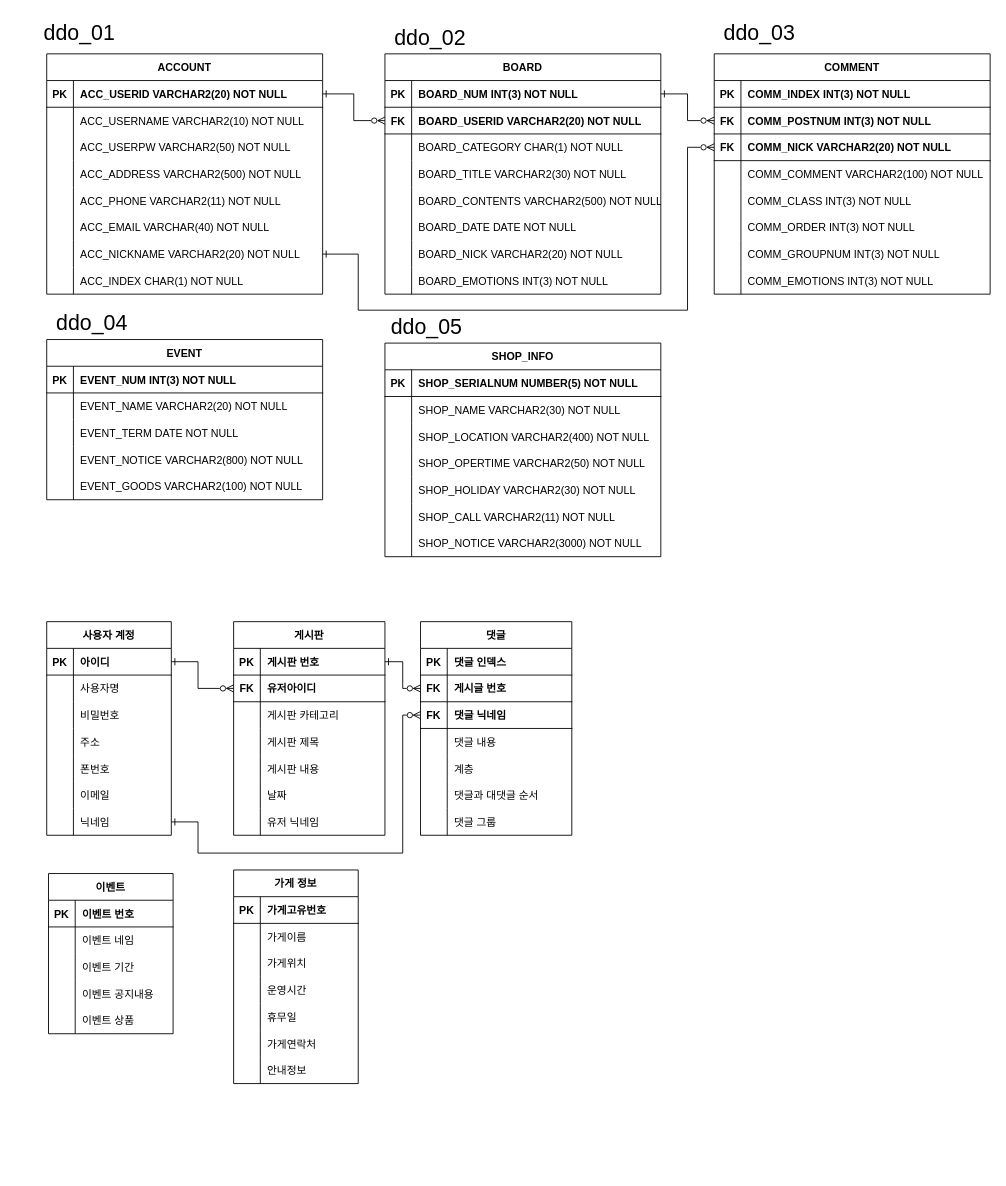
Above: page "ENGLISH" (1 of 2) of ERD_capstone.drawio in jgy2808/TERM_Project (draw.io), before the change. Source tidied: cells renumbered, new cells numbered last; positions are measured from the earlier drawing's top-left corner, leaving out a move shared by most shapes. Both pictures are drawn from the tidied source at 89%, with x=0, y=0 at pixel (34, 16).
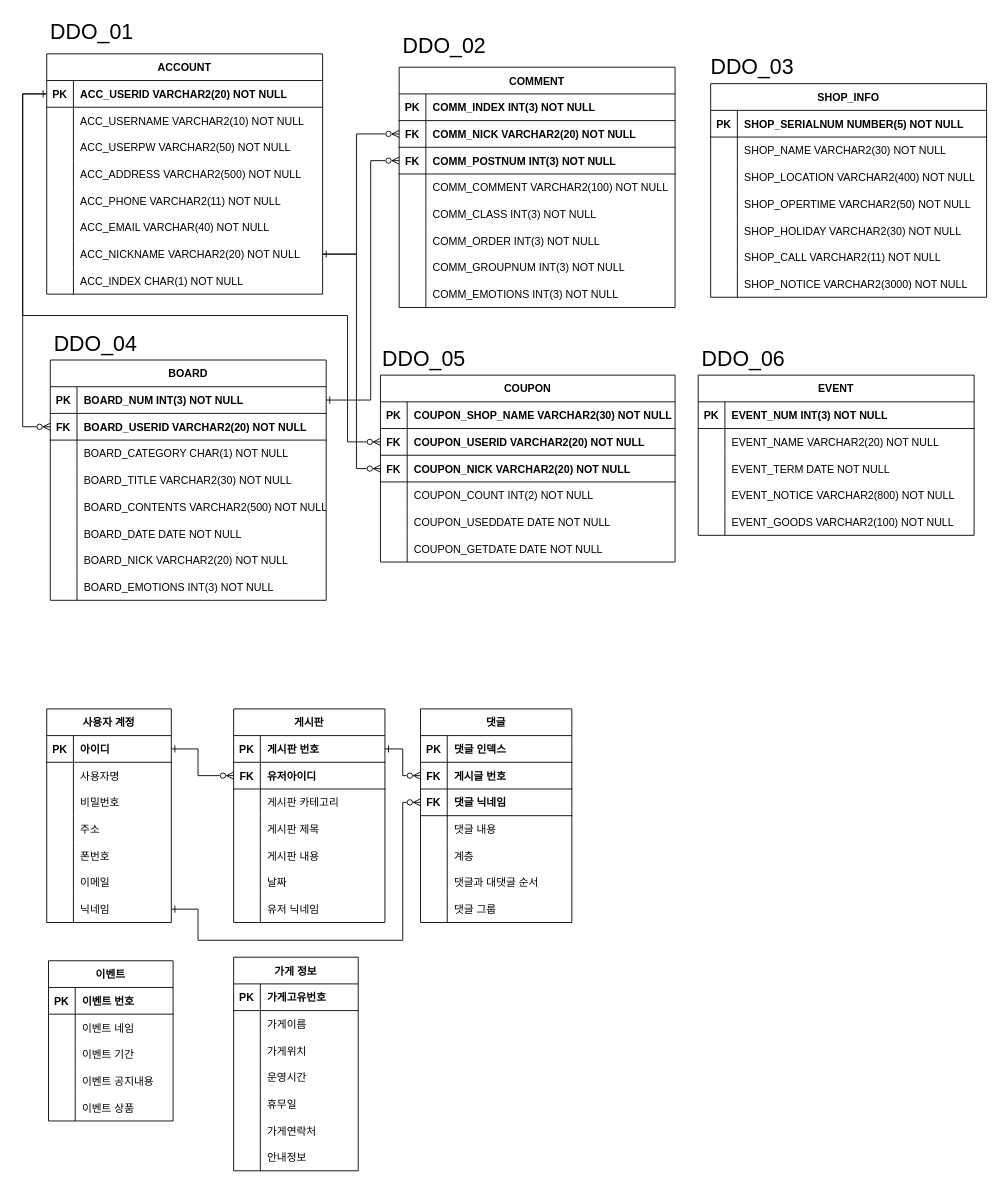
The same diagram, later.

Unchanged cells that the change refers to:
```xml
<mxCell id="3" style="shape=partialRectangle;fillColor=none;points=[[0,0.5],[1,0.5]];portConstraint=eastwest;top=0;left=0;right=0;bottom=1;" parent="2" vertex="1">
  <mxGeometry y="30" width="310" height="30" as="geometry" />
</mxCell>
<mxCell id="21" style="shape=partialRectangle;fillColor=none;points=[[0,0.5],[1,0.5]];portConstraint=eastwest;top=0;left=0;right=0;bottom=0;" parent="2" vertex="1">
  <mxGeometry y="210" width="310" height="30" as="geometry" />
</mxCell>
<mxCell id="28" style="shape=partialRectangle;fillColor=none;points=[[0,0.5],[1,0.5]];portConstraint=eastwest;top=0;left=0;right=0;bottom=1;" parent="27" vertex="1">
  <mxGeometry y="30" width="310" height="30" as="geometry" />
</mxCell>
<mxCell id="31" style="shape=partialRectangle;fillColor=none;points=[[0,0.5],[1,0.5]];portConstraint=eastwest;top=0;left=0;right=0;bottom=1;" parent="27" vertex="1">
  <mxGeometry y="60" width="310" height="30" as="geometry" />
</mxCell>
<mxCell id="79" style="shape=partialRectangle;fillColor=none;points=[[0,0.5],[1,0.5]];portConstraint=eastwest;top=0;left=0;right=0;bottom=1;" parent="75" vertex="1">
  <mxGeometry y="60" width="310" height="30" as="geometry" />
</mxCell>
<mxCell id="82" style="shape=partialRectangle;fillColor=none;points=[[0,0.5],[1,0.5]];portConstraint=eastwest;top=0;left=0;right=0;bottom=1;" parent="75" vertex="1">
  <mxGeometry y="90" width="310" height="30" as="geometry" />
</mxCell>
<mxCell id="102" style="shape=partialRectangle;fillColor=none;points=[[0,0.5],[1,0.5]];portConstraint=eastwest;top=0;left=0;right=0;bottom=1;" parent="101" vertex="1">
  <mxGeometry y="30" width="140" height="30" as="geometry" />
</mxCell>
<mxCell id="120" style="shape=partialRectangle;fillColor=none;points=[[0,0.5],[1,0.5]];portConstraint=eastwest;top=0;left=0;right=0;bottom=0;" parent="101" vertex="1">
  <mxGeometry y="210" width="140" height="30" as="geometry" />
</mxCell>
<mxCell id="127" style="shape=partialRectangle;fillColor=none;points=[[0,0.5],[1,0.5]];portConstraint=eastwest;top=0;left=0;right=0;bottom=1;" parent="123" vertex="1">
  <mxGeometry y="60" width="170" height="30" as="geometry" />
</mxCell>
<mxCell id="175" style="shape=partialRectangle;fillColor=none;points=[[0,0.5],[1,0.5]];portConstraint=eastwest;top=0;left=0;right=0;bottom=1;" parent="168" vertex="1">
  <mxGeometry y="90" width="170" height="30" as="geometry" />
</mxCell>
```

Diff of the diagram source:
```diff
@@
     <mxCell id="27" value="BOARD" style="shape=table;startSize=30;childLayout=tableLayout;rowLines=0;fontStyle=1;align=center;" parent="1" vertex="1">
-      <mxGeometry x="394" y="42" width="310" height="270" as="geometry" />
+      <mxGeometry x="18" y="386" width="310" height="270" as="geometry" />
     </mxCell>
@@
     <mxCell id="52" value="SHOP_INFO" style="shape=table;startSize=30;childLayout=tableLayout;rowLines=0;fontStyle=1;align=center;" parent="1" vertex="1">
-      <mxGeometry x="394" y="367" width="310" height="240" as="geometry" />
+      <mxGeometry x="760" y="75.5" width="310" height="240" as="geometry" />
     </mxCell>
@@
-    <mxCell id="74" style="edgeStyle=orthogonalEdgeStyle;rounded=0;jettySize=auto;html=1;exitX=1;exitY=0.5;exitDx=0;exitDy=0;entryX=0;entryY=0.5;entryDx=0;entryDy=0;endArrow=ERzeroToMany;endFill=0;startArrow=ERone;startFill=0;" parent="1" edge="1" source="3" target="31">
-      <mxGeometry relative="1" as="geometry" />
+    <mxCell id="74" style="edgeStyle=orthogonalEdgeStyle;rounded=0;jettySize=auto;html=1;exitX=0;exitY=0.5;exitDx=0;exitDy=0;entryX=0;entryY=0.5;entryDx=0;entryDy=0;endArrow=ERzeroToMany;endFill=0;startArrow=ERone;startFill=0;" parent="1" edge="1" source="3" target="31">
+      <mxGeometry relative="1" as="geometry">
+        <Array as="points">
+          <mxPoint x="-13" y="87" />
+          <mxPoint x="-13" y="461" />
+        </Array>
+      </mxGeometry>
     </mxCell>
     <mxCell id="75" value="COMMENT" style="shape=table;startSize=30;childLayout=tableLayout;rowLines=0;fontStyle=1;align=center;" parent="1" vertex="1">
-      <mxGeometry x="764" y="42" width="310" height="270" as="geometry" />
+      <mxGeometry x="410" y="57" width="310" height="270" as="geometry" />
     </mxCell>
@@
-    <mxCell id="81" value="COMM_POSTNUM INT(3) NOT NULL" style="shape=partialRectangle;overflow=hidden;fillColor=none;top=0;left=0;bottom=0;right=0;align=left;spacingLeft=6;fontStyle=1;" parent="79" vertex="1">
+    <mxCell id="81" value="COMM_NICK VARCHAR2(20) NOT NULL" style="shape=partialRectangle;overflow=hidden;fillColor=none;top=0;left=0;bottom=0;right=0;align=left;spacingLeft=6;fontStyle=1;" parent="79" vertex="1">
       <mxGeometry x="30" width="280" height="30" as="geometry" />
     </mxCell>
@@
-    <mxCell id="84" value="COMM_NICK VARCHAR2(20) NOT NULL" style="shape=partialRectangle;overflow=hidden;fillColor=none;top=0;left=0;bottom=0;right=0;align=left;spacingLeft=6;fontStyle=1;" parent="82" vertex="1">
+    <mxCell id="84" value="COMM_POSTNUM INT(3) NOT NULL" style="shape=partialRectangle;overflow=hidden;fillColor=none;top=0;left=0;bottom=0;right=0;align=left;spacingLeft=6;fontStyle=1;" parent="82" vertex="1">
       <mxGeometry x="30" width="280" height="30" as="geometry" />
     </mxCell>
@@
-    <mxCell id="100" style="edgeStyle=orthogonalEdgeStyle;rounded=0;jettySize=auto;html=1;exitX=1;exitY=0.5;exitDx=0;exitDy=0;entryX=0;entryY=0.5;entryDx=0;entryDy=0;endArrow=ERzeroToMany;endFill=0;startArrow=ERone;startFill=0;" parent="1" edge="1" source="21" target="82">
+    <mxCell id="100" style="edgeStyle=orthogonalEdgeStyle;rounded=0;jettySize=auto;html=1;exitX=1;exitY=0.5;exitDx=0;exitDy=0;entryX=0;entryY=0.5;entryDx=0;entryDy=0;endArrow=ERzeroToMany;endFill=0;startArrow=ERone;startFill=0;" parent="1" edge="1" source="21" target="79">
       <mxGeometry relative="1" as="geometry">
         <Array as="points">
-          <mxPoint x="364" y="267" />
-          <mxPoint x="364" y="330" />
-          <mxPoint x="734" y="330" />
-          <mxPoint x="734" y="147" />
+          <mxPoint x="362" y="267" />
+          <mxPoint x="362" y="132" />
         </Array>
       </mxGeometry>
     </mxCell>
     <mxCell id="101" value="사용자 계정" style="shape=table;startSize=30;childLayout=tableLayout;rowLines=0;fontStyle=1;align=center;" parent="1" vertex="1">
-      <mxGeometry x="14" y="680" width="140" height="240" as="geometry" />
+      <mxGeometry x="14" y="778" width="140" height="240" as="geometry" />
     </mxCell>
@@
     <mxCell id="123" value="게시판" style="shape=table;startSize=30;childLayout=tableLayout;rowLines=0;fontStyle=1;align=center;" parent="1" vertex="1">
-      <mxGeometry x="224" y="680" width="170" height="240" as="geometry" />
+      <mxGeometry x="224" y="778" width="170" height="240" as="geometry" />
     </mxCell>
@@
     <mxCell id="145" value="가게 정보" style="shape=table;startSize=30;childLayout=tableLayout;rowLines=0;fontStyle=1;align=center;" parent="1" vertex="1">
-      <mxGeometry x="224" y="959" width="140" height="240" as="geometry" />
+      <mxGeometry x="224" y="1057" width="140" height="240" as="geometry" />
     </mxCell>
@@
     <mxCell id="167" style="edgeStyle=orthogonalEdgeStyle;rounded=0;jettySize=auto;html=1;exitX=1;exitY=0.5;exitDx=0;exitDy=0;entryX=0;entryY=0.5;entryDx=0;entryDy=0;endArrow=ERzeroToMany;endFill=0;startArrow=ERone;startFill=0;" parent="1" edge="1" source="102" target="127">
       <mxGeometry relative="1" as="geometry">
         <Array as="points">
-          <mxPoint x="184" y="725" />
-          <mxPoint x="184" y="755" />
+          <mxPoint x="184" y="823" />
+          <mxPoint x="184" y="853" />
         </Array>
       </mxGeometry>
     </mxCell>
     <mxCell id="168" value="댓글" style="shape=table;startSize=30;childLayout=tableLayout;rowLines=0;fontStyle=1;align=center;" parent="1" vertex="1">
-      <mxGeometry x="434" y="680" width="170" height="240" as="geometry" />
+      <mxGeometry x="434" y="778" width="170" height="240" as="geometry" />
     </mxCell>
@@
     <mxCell id="190" style="edgeStyle=orthogonalEdgeStyle;rounded=0;jettySize=auto;html=1;exitX=1;exitY=0.5;exitDx=0;exitDy=0;endArrow=ERzeroToMany;endFill=0;startArrow=ERone;startFill=0;entryX=0;entryY=0.5;entryDx=0;entryDy=0;" parent="1" edge="1" source="120" target="175">
       <mxGeometry relative="1" as="geometry">
         <Array as="points">
-          <mxPoint x="184" y="905" />
-          <mxPoint x="184" y="940" />
-          <mxPoint x="414" y="940" />
-          <mxPoint x="414" y="785" />
+          <mxPoint x="184" y="1003" />
+          <mxPoint x="184" y="1038" />
+          <mxPoint x="414" y="1038" />
+          <mxPoint x="414" y="883" />
         </Array>
       </mxGeometry>
     </mxCell>
-    <mxCell id="191" style="edgeStyle=orthogonalEdgeStyle;rounded=0;jettySize=auto;html=1;startArrow=ERone;startFill=0;endArrow=ERzeroToMany;endFill=0;" parent="1" edge="1" source="28" target="79">
-      <mxGeometry relative="1" as="geometry" />
+    <mxCell id="191" style="edgeStyle=orthogonalEdgeStyle;rounded=0;jettySize=auto;html=1;startArrow=ERone;startFill=0;endArrow=ERzeroToMany;endFill=0;entryX=0;entryY=0.5;entryDx=0;entryDy=0;" parent="1" edge="1" source="28" target="82">
+      <mxGeometry relative="1" as="geometry">
+        <Array as="points">
+          <mxPoint x="378" y="431" />
+          <mxPoint x="378" y="162" />
+        </Array>
+      </mxGeometry>
     </mxCell>
@@
     <mxCell id="193" value="EVENT" style="shape=table;startSize=30;childLayout=tableLayout;rowLines=0;fontStyle=1;align=center;" parent="1" vertex="1">
-      <mxGeometry x="14" y="363" width="310" height="180" as="geometry" />
+      <mxGeometry x="746" y="403" width="310" height="180" as="geometry" />
     </mxCell>
@@
     <mxCell id="209" value="이벤트" style="shape=table;startSize=30;childLayout=tableLayout;rowLines=0;fontStyle=1;align=center;" parent="1" vertex="1">
-      <mxGeometry x="16" y="963" width="140" height="180" as="geometry" />
+      <mxGeometry x="16" y="1061" width="140" height="180" as="geometry" />
     </mxCell>
@@
-    <mxCell id="225" value="&lt;font style=&quot;font-size: 24px&quot;&gt;ddo_01&lt;/font&gt;" style="text;html=1;strokeColor=none;fillColor=none;align=center;verticalAlign=middle;whiteSpace=wrap;rounded=0;" parent="1" vertex="1">
-      <mxGeometry width="102" height="37" as="geometry" />
+    <mxCell id="225" value="&lt;font style=&quot;font-size: 24px&quot;&gt;DDO_01&lt;/font&gt;" style="text;html=1;strokeColor=none;fillColor=none;align=center;verticalAlign=middle;whiteSpace=wrap;rounded=0;" parent="1" vertex="1">
+      <mxGeometry x="14" y="-1" width="102" height="37" as="geometry" />
     </mxCell>
-    <mxCell id="226" value="&lt;font style=&quot;font-size: 24px&quot;&gt;ddo_02&lt;/font&gt;" style="text;html=1;strokeColor=none;fillColor=none;align=center;verticalAlign=middle;whiteSpace=wrap;rounded=0;" parent="1" vertex="1">
-      <mxGeometry x="394" y="5" width="102" height="37" as="geometry" />
+    <mxCell id="226" value="&lt;font style=&quot;font-size: 24px&quot;&gt;DDO_04&lt;/font&gt;" style="text;html=1;strokeColor=none;fillColor=none;align=center;verticalAlign=middle;whiteSpace=wrap;rounded=0;" parent="1" vertex="1">
+      <mxGeometry x="18" y="349" width="102" height="37" as="geometry" />
     </mxCell>
-    <mxCell id="227" value="&lt;font style=&quot;font-size: 24px&quot;&gt;ddo_03&lt;/font&gt;" style="text;html=1;strokeColor=none;fillColor=none;align=center;verticalAlign=middle;whiteSpace=wrap;rounded=0;" parent="1" vertex="1">
-      <mxGeometry x="764" width="102" height="37" as="geometry" />
+    <mxCell id="227" value="&lt;font style=&quot;font-size: 24px&quot;&gt;DDO_02&lt;/font&gt;" style="text;html=1;strokeColor=none;fillColor=none;align=center;verticalAlign=middle;whiteSpace=wrap;rounded=0;" parent="1" vertex="1">
+      <mxGeometry x="410" y="14" width="102" height="37" as="geometry" />
     </mxCell>
-    <mxCell id="228" value="&lt;font style=&quot;font-size: 24px&quot;&gt;ddo_04&lt;/font&gt;" style="text;html=1;strokeColor=none;fillColor=none;align=center;verticalAlign=middle;whiteSpace=wrap;rounded=0;" parent="1" vertex="1">
-      <mxGeometry x="14" y="326" width="102" height="37" as="geometry" />
+    <mxCell id="228" value="&lt;font style=&quot;font-size: 24px&quot;&gt;DDO_06&lt;/font&gt;" style="text;html=1;strokeColor=none;fillColor=none;align=center;verticalAlign=middle;whiteSpace=wrap;rounded=0;" parent="1" vertex="1">
+      <mxGeometry x="746" y="366" width="102" height="37" as="geometry" />
     </mxCell>
-    <mxCell id="229" value="&lt;font style=&quot;font-size: 24px&quot;&gt;ddo_05&lt;/font&gt;" style="text;html=1;strokeColor=none;fillColor=none;align=center;verticalAlign=middle;whiteSpace=wrap;rounded=0;" parent="1" vertex="1">
-      <mxGeometry x="390" y="330" width="102" height="37" as="geometry" />
+    <mxCell id="229" value="&lt;font style=&quot;font-size: 24px&quot;&gt;DDO_03&lt;/font&gt;" style="text;html=1;strokeColor=none;fillColor=none;align=center;verticalAlign=middle;whiteSpace=wrap;rounded=0;" parent="1" vertex="1">
+      <mxGeometry x="756" y="38.5" width="102" height="37" as="geometry" />
     </mxCell>
+    <mxCell id="230" value="COUPON" style="shape=table;startSize=30;childLayout=tableLayout;rowLines=0;fontStyle=1;align=center;" parent="1" vertex="1">
+      <mxGeometry x="389" y="403" width="331" height="210" as="geometry" />
+    </mxCell>
+    <mxCell id="231" style="shape=partialRectangle;fillColor=none;top=0;left=0;right=0;bottom=1;" parent="230" vertex="1">
+      <mxGeometry y="30" width="331" height="30" as="geometry" />
+    </mxCell>
+    <mxCell id="232" value="PK" style="shape=partialRectangle;overflow=hidden;fillColor=none;top=0;left=0;bottom=0;right=0;fontStyle=1;" parent="231" vertex="1">
+      <mxGeometry width="30" height="30" as="geometry" />
+    </mxCell>
+    <mxCell id="233" value="COUPON_SHOP_NAME VARCHAR2(30) NOT NULL" style="shape=partialRectangle;overflow=hidden;fillColor=none;top=0;left=0;bottom=0;right=0;align=left;spacingLeft=6;fontStyle=1;" parent="231" vertex="1">
+      <mxGeometry x="30" width="301" height="30" as="geometry" />
+    </mxCell>
+    <mxCell id="234" style="shape=partialRectangle;fillColor=none;points=[[0,0.5],[1,0.5]];portConstraint=eastwest;top=0;left=0;right=0;bottom=1;" parent="230" vertex="1">
+      <mxGeometry y="60" width="331" height="30" as="geometry" />
+    </mxCell>
+    <mxCell id="235" value="FK" style="shape=partialRectangle;overflow=hidden;fillColor=none;top=0;left=0;bottom=0;right=0;fontStyle=1;" parent="234" vertex="1">
+      <mxGeometry width="30" height="30" as="geometry" />
+    </mxCell>
+    <mxCell id="236" value="COUPON_USERID VARCHAR2(20) NOT NULL" style="shape=partialRectangle;overflow=hidden;fillColor=none;top=0;left=0;bottom=0;right=0;align=left;spacingLeft=6;fontStyle=1;" parent="234" vertex="1">
+      <mxGeometry x="30" width="301" height="30" as="geometry" />
+    </mxCell>
+    <mxCell id="237" style="shape=partialRectangle;fillColor=none;points=[[0,0.5],[1,0.5]];portConstraint=eastwest;top=0;left=0;right=0;bottom=1;" parent="230" vertex="1">
+      <mxGeometry y="90" width="331" height="30" as="geometry" />
+    </mxCell>
+    <mxCell id="238" value="FK" style="shape=partialRectangle;overflow=hidden;fillColor=none;top=0;left=0;bottom=0;right=0;fontStyle=1;" parent="237" vertex="1">
+      <mxGeometry width="30" height="30" as="geometry" />
+    </mxCell>
+    <mxCell id="239" value="COUPON_NICK VARCHAR2(20) NOT NULL" style="shape=partialRectangle;overflow=hidden;fillColor=none;top=0;left=0;bottom=0;right=0;align=left;spacingLeft=6;fontStyle=1;" parent="237" vertex="1">
+      <mxGeometry x="30" width="301" height="30" as="geometry" />
+    </mxCell>
+    <mxCell id="240" style="shape=partialRectangle;fillColor=none;top=0;left=0;right=0;bottom=0;" parent="230" vertex="1">
+      <mxGeometry y="120" width="331" height="30" as="geometry" />
+    </mxCell>
+    <mxCell id="241" style="shape=partialRectangle;overflow=hidden;fillColor=none;top=0;left=0;bottom=0;right=0;" parent="240" vertex="1">
+      <mxGeometry width="30" height="30" as="geometry" />
+    </mxCell>
+    <mxCell id="242" value="COUPON_COUNT INT(2) NOT NULL" style="shape=partialRectangle;overflow=hidden;fillColor=none;top=0;left=0;bottom=0;right=0;align=left;spacingLeft=6;" parent="240" vertex="1">
+      <mxGeometry x="30" width="301" height="30" as="geometry" />
+    </mxCell>
+    <mxCell id="243" style="shape=partialRectangle;fillColor=none;top=0;left=0;right=0;bottom=0;" parent="230" vertex="1">
+      <mxGeometry y="150" width="331" height="30" as="geometry" />
+    </mxCell>
+    <mxCell id="244" style="shape=partialRectangle;overflow=hidden;fillColor=none;top=0;left=0;bottom=0;right=0;" parent="243" vertex="1">
+      <mxGeometry width="30" height="30" as="geometry" />
+    </mxCell>
+    <mxCell id="245" value="COUPON_USEDDATE DATE NOT NULL" style="shape=partialRectangle;overflow=hidden;fillColor=none;top=0;left=0;bottom=0;right=0;align=left;spacingLeft=6;" parent="243" vertex="1">
+      <mxGeometry x="30" width="301" height="30" as="geometry" />
+    </mxCell>
+    <mxCell id="246" style="shape=partialRectangle;fillColor=none;top=0;left=0;right=0;bottom=0;" parent="230" vertex="1">
+      <mxGeometry y="180" width="331" height="30" as="geometry" />
+    </mxCell>
+    <mxCell id="247" style="shape=partialRectangle;overflow=hidden;fillColor=none;top=0;left=0;bottom=0;right=0;" parent="246" vertex="1">
+      <mxGeometry width="30" height="30" as="geometry" />
+    </mxCell>
+    <mxCell id="248" value="COUPON_GETDATE DATE NOT NULL" style="shape=partialRectangle;overflow=hidden;fillColor=none;top=0;left=0;bottom=0;right=0;align=left;spacingLeft=6;" parent="246" vertex="1">
+      <mxGeometry x="30" width="301" height="30" as="geometry" />
+    </mxCell>
+    <mxCell id="249" value="&lt;font style=&quot;font-size: 24px&quot;&gt;DDO_05&lt;/font&gt;" style="text;html=1;strokeColor=none;fillColor=none;align=center;verticalAlign=middle;whiteSpace=wrap;rounded=0;" parent="1" vertex="1">
+      <mxGeometry x="387" y="366" width="102" height="37" as="geometry" />
+    </mxCell>
+    <mxCell id="250" style="edgeStyle=orthogonalEdgeStyle;rounded=0;jettySize=auto;html=1;entryX=0;entryY=0.5;entryDx=0;entryDy=0;endArrow=ERzeroToMany;endFill=0;" parent="1" edge="1" source="3">
+      <mxGeometry relative="1" as="geometry">
+        <Array as="points">
+          <mxPoint x="-13" y="87" />
+          <mxPoint x="-13" y="337" />
+          <mxPoint x="345" y="337" />
+          <mxPoint x="345" y="478" />
+        </Array>
+      </mxGeometry>
+    </mxCell>
+    <mxCell id="251" style="edgeStyle=orthogonalEdgeStyle;rounded=0;jettySize=auto;html=1;entryX=0;entryY=0.5;entryDx=0;entryDy=0;endArrow=ERzeroToMany;endFill=0;" parent="1" edge="1" source="21" target="237">
+      <mxGeometry relative="1" as="geometry">
+        <Array as="points">
+          <mxPoint x="362" y="267" />
+          <mxPoint x="362" y="508" />
+        </Array>
+      </mxGeometry>
+    </mxCell>
+    <mxCell id="252" style="edgeStyle=orthogonalEdgeStyle;rounded=0;jettySize=auto;html=1;entryX=0;entryY=0.5;entryDx=0;entryDy=0;endArrow=ERzeroToMany;endFill=0;" parent="1" edge="1" source="3" target="234">
+      <mxGeometry relative="1" as="geometry">
+        <Array as="points">
+          <mxPoint x="-13" y="87" />
+          <mxPoint x="-13" y="336" />
+          <mxPoint x="352" y="336" />
+          <mxPoint x="352" y="478" />
+        </Array>
+      </mxGeometry>
+    </mxCell>
```
